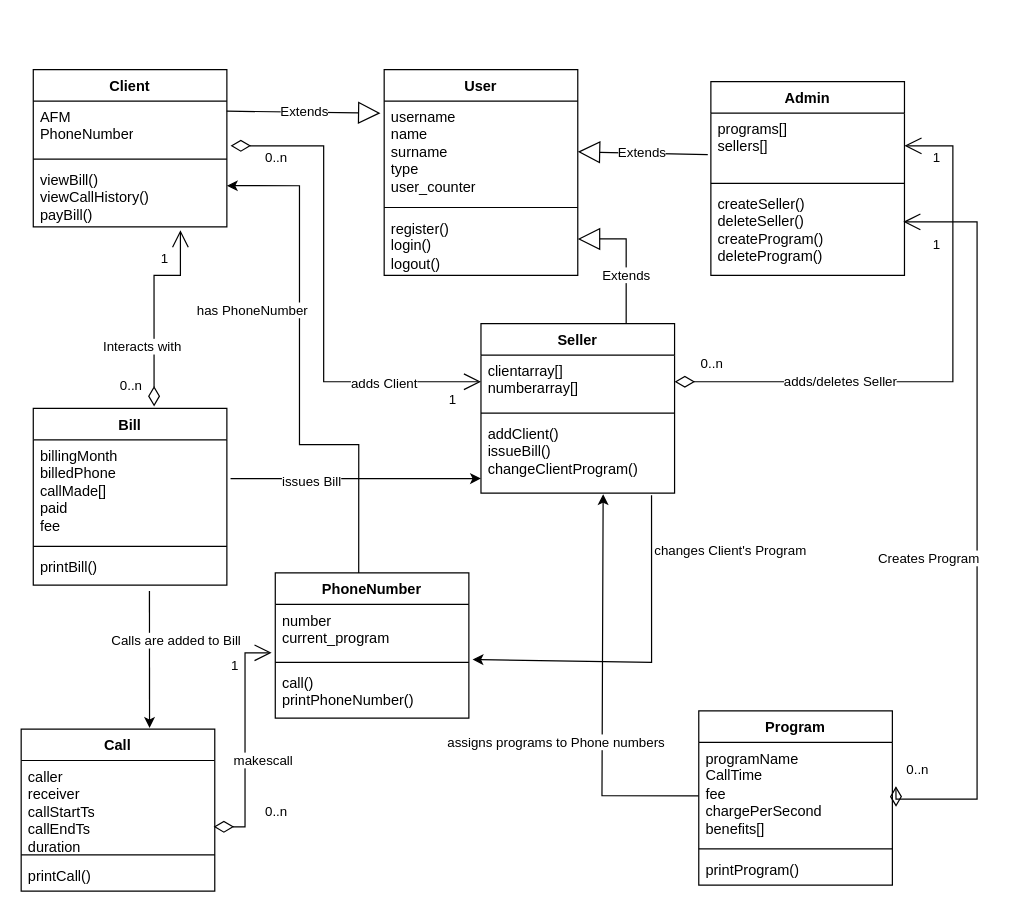
The draw.io diagram Diagram.drawio in dimitry-lzs/webProgramming, before the edit. Source tidied: cells renumbered, new cells numbered last; positions are measured from the earlier drawing's top-left corner, leaving out a move shared by most shapes. Both pictures are drawn from the tidied source at 121%, with x=0, y=0 at pixel (21, 69).
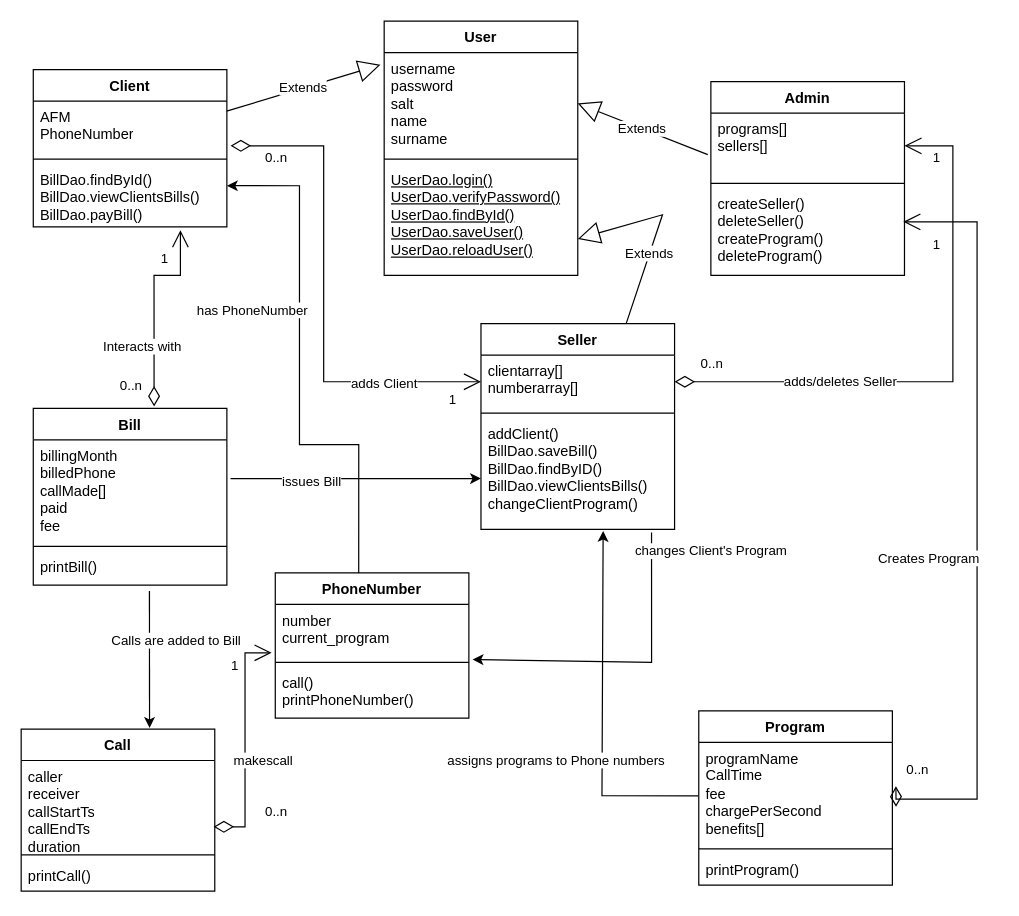
After the change.

Unchanged cells that the change refers to:
```xml
<mxCell id="10" value="Client" style="swimlane;fontStyle=1;align=center;verticalAlign=top;horizontal=1;startSize=26;whiteSpace=wrap;html=1;" parent="1" vertex="1">
  <mxGeometry x="10" width="160" height="130" as="geometry" />
</mxCell>
```

Diff of the diagram source:
```diff
@@
     <mxCell id="2" value="User" style="swimlane;fontStyle=1;align=center;verticalAlign=top;horizontal=1;startSize=26;whiteSpace=wrap;html=1;" parent="1" vertex="1">
-      <mxGeometry x="300" width="160" height="170" as="geometry" />
+      <mxGeometry x="300" y="-40" width="160" height="210" as="geometry" />
     </mxCell>
-    <mxCell id="3" value="username&lt;div&gt;name&lt;/div&gt;&lt;div&gt;surname&lt;/div&gt;&lt;div&gt;type&lt;/div&gt;&lt;div&gt;user_counter&lt;/div&gt;" style="text;strokeColor=none;fillColor=none;align=left;verticalAlign=top;spacingLeft=4;spacingRight=4;overflow=hidden;points=[[0,0.5],[1,0.5]];portConstraint=eastwest;whiteSpace=wrap;html=1;" parent="2" vertex="1">
+    <mxCell id="3" value="username&lt;div&gt;password&lt;/div&gt;&lt;div&gt;salt&lt;/div&gt;&lt;div&gt;name&lt;/div&gt;&lt;div&gt;surname&lt;/div&gt;" style="text;strokeColor=none;fillColor=none;align=left;verticalAlign=top;spacingLeft=4;spacingRight=4;overflow=hidden;points=[[0,0.5],[1,0.5]];portConstraint=eastwest;whiteSpace=wrap;html=1;" parent="2" vertex="1">
       <mxGeometry y="26" width="160" height="84" as="geometry" />
     </mxCell>
@@
-    <mxCell id="5" value="register()&lt;div&gt;login()&lt;/div&gt;&lt;div&gt;logout()&lt;/div&gt;" style="text;strokeColor=none;fillColor=none;align=left;verticalAlign=top;spacingLeft=4;spacingRight=4;overflow=hidden;whiteSpace=wrap;html=1;" parent="2" vertex="1">
-      <mxGeometry y="118" width="160" height="52" as="geometry" />
+    <mxCell id="5" value="&lt;div&gt;&lt;u&gt;UserDao.login()&lt;/u&gt;&lt;/div&gt;&lt;div&gt;&lt;u&gt;UserDao.verifyPassword()&lt;/u&gt;&lt;/div&gt;&lt;div&gt;&lt;u&gt;UserDao.findById()&lt;/u&gt;&lt;u&gt;&lt;br&gt;&lt;/u&gt;&lt;/div&gt;&lt;div&gt;&lt;u&gt;UserDao.saveUser()&lt;/u&gt;&lt;u&gt;&lt;br&gt;&lt;/u&gt;&lt;/div&gt;&lt;div&gt;&lt;u&gt;UserDao.reloadUser()&lt;/u&gt;&lt;u&gt;&lt;br&gt;&lt;/u&gt;&lt;/div&gt;" style="text;strokeColor=none;fillColor=none;align=left;verticalAlign=top;spacingLeft=4;spacingRight=4;overflow=hidden;whiteSpace=wrap;html=1;" parent="2" vertex="1">
+      <mxGeometry y="118" width="160" height="92" as="geometry" />
     </mxCell>
@@
-    <mxCell id="13" value="viewBill()&lt;div&gt;viewCallHistory()&lt;/div&gt;&lt;div&gt;payBill()&lt;/div&gt;" style="text;strokeColor=none;fillColor=none;align=left;verticalAlign=top;spacingLeft=4;spacingRight=4;overflow=hidden;points=[[0,0.5],[1,0.5]];portConstraint=eastwest;whiteSpace=wrap;html=1;" parent="10" vertex="1">
+    <mxCell id="13" value="BillDao.findById()&lt;div&gt;BillDao.viewClientsBills()&lt;/div&gt;&lt;div&gt;BillDao.payBill()&lt;/div&gt;" style="text;strokeColor=none;fillColor=none;align=left;verticalAlign=top;spacingLeft=4;spacingRight=4;overflow=hidden;points=[[0,0.5],[1,0.5]];portConstraint=eastwest;whiteSpace=wrap;html=1;" parent="10" vertex="1">
       <mxGeometry y="78" width="160" height="52" as="geometry" />
     </mxCell>
     <mxCell id="14" value="Seller" style="swimlane;fontStyle=1;align=center;verticalAlign=top;horizontal=1;startSize=26;whiteSpace=wrap;html=1;" parent="1" vertex="1">
-      <mxGeometry x="380" y="210" width="160" height="140" as="geometry" />
+      <mxGeometry x="380" y="210" width="160" height="170" as="geometry" />
     </mxCell>
@@
-    <mxCell id="17" value="addClient()&lt;div&gt;issueBill()&lt;/div&gt;&lt;div&gt;changeClientProgram()&lt;br&gt;&lt;/div&gt;" style="text;strokeColor=none;fillColor=none;align=left;verticalAlign=top;spacingLeft=4;spacingRight=4;overflow=hidden;points=[[0,0.5],[1,0.5]];portConstraint=eastwest;whiteSpace=wrap;html=1;" parent="14" vertex="1">
-      <mxGeometry y="78" width="160" height="62" as="geometry" />
+    <mxCell id="17" value="addClient()&lt;div&gt;BillDao.saveBill()&lt;/div&gt;&lt;div&gt;BillDao.findByID()&lt;/div&gt;&lt;div&gt;BillDao.viewClientsBills()&lt;/div&gt;&lt;div&gt;changeClientProgram()&lt;br&gt;&lt;/div&gt;" style="text;strokeColor=none;fillColor=none;align=left;verticalAlign=top;spacingLeft=4;spacingRight=4;overflow=hidden;points=[[0,0.5],[1,0.5]];portConstraint=eastwest;whiteSpace=wrap;html=1;" parent="14" vertex="1">
+      <mxGeometry y="78" width="160" height="92" as="geometry" />
     </mxCell>
@@
     <mxCell id="19" value="Extends" style="endArrow=block;endSize=16;endFill=0;html=1;rounded=0;exitX=0.75;exitY=0;exitDx=0;exitDy=0;" parent="1" edge="1" source="14">
       <mxGeometry x="-0.27" relative="1" as="geometry">
         <mxPoint x="460" y="140" as="targetPoint" />
         <Array as="points">
-          <mxPoint x="500" y="140" />
+          <mxPoint x="530" y="120" />
         </Array>
       </mxGeometry>
     </mxCell>
```
